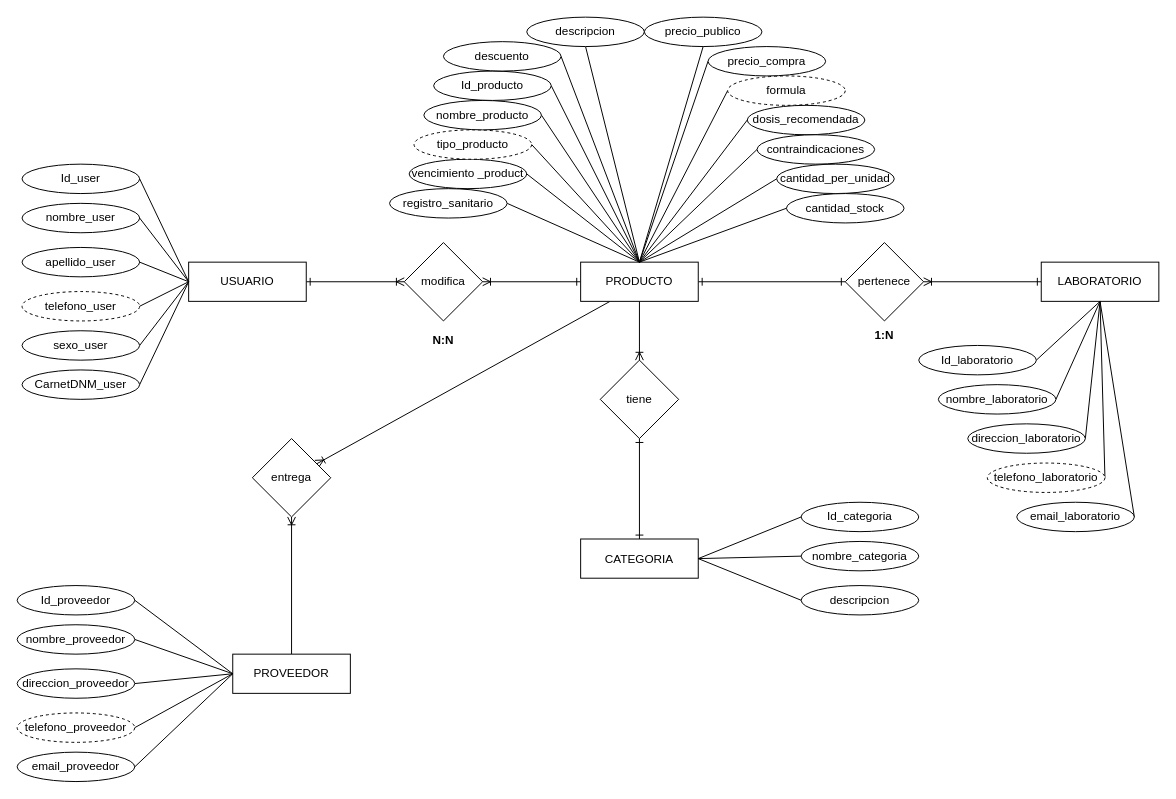
Before: Primer Esquema..drawio in Javolee/Inventario, a draw.io diagram. Source tidied: cells renumbered, new cells numbered last; positions are measured from the earlier drawing's top-left corner, leaving out a move shared by most shapes. Both pictures are drawn from the tidied source at 98%, with x=0, y=0 at pixel (17, 17).
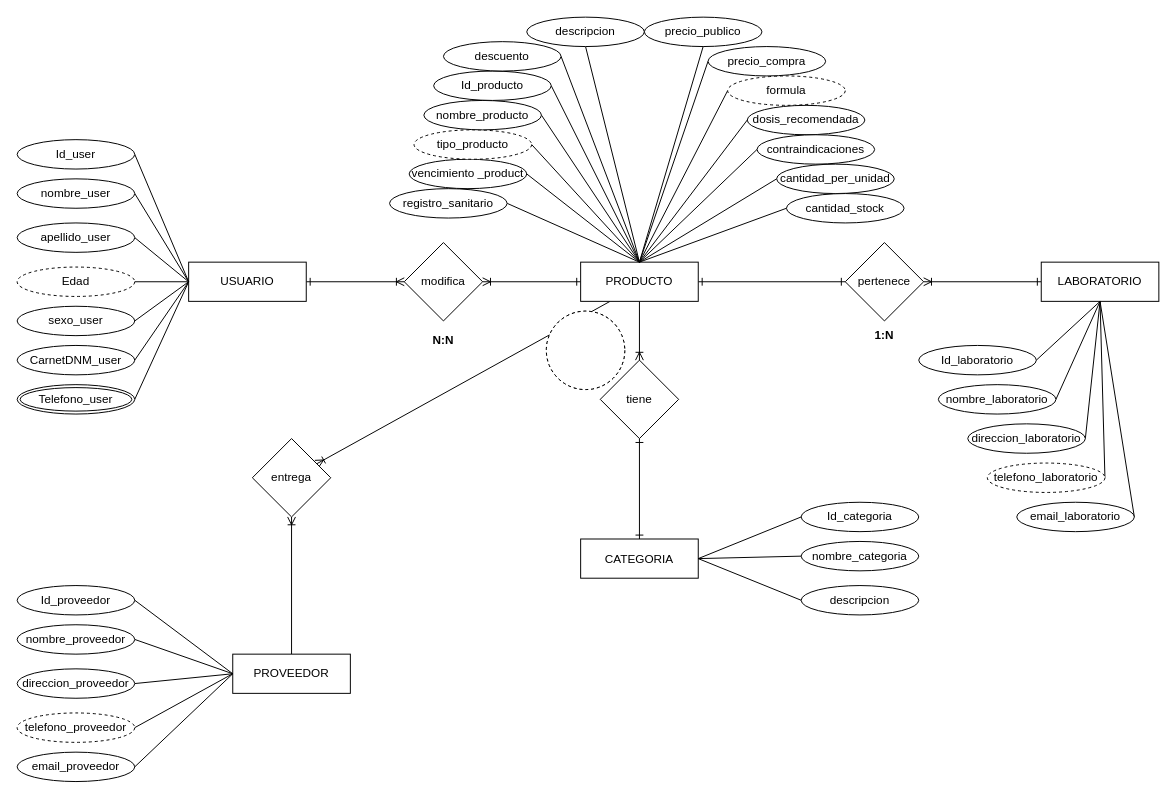
The same diagram, later.

Unchanged cells that the change refers to:
```xml
<mxCell id="3" value="USUARIO" style="rounded=0;whiteSpace=wrap;html=1;" parent="1" vertex="1">
  <mxGeometry x="175" y="250" width="120" height="40" as="geometry" />
</mxCell>
```

What changed in the source:
```diff
@@
+    <mxCell id="87" style="rounded=0;jettySize=auto;html=1;exitX=0;exitY=0.5;exitDx=0;exitDy=0;endArrow=none;endFill=0;entryX=1;entryY=0.5;entryDx=0;entryDy=0;" parent="1" edge="1" source="3" target="90">
+      <mxGeometry relative="1" as="geometry" />
+    </mxCell>
@@
     <mxCell id="17" value="CarnetDNM_user" style="ellipse;whiteSpace=wrap;html=1;" parent="1" vertex="1">
-      <mxGeometry x="5" y="360" width="120" height="30" as="geometry" />
+      <mxGeometry y="335" width="120" height="30" as="geometry" />
     </mxCell>
@@
     <mxCell id="19" value="sexo_user" style="ellipse;whiteSpace=wrap;html=1;" parent="1" vertex="1">
-      <mxGeometry x="5" y="320" width="120" height="30" as="geometry" />
+      <mxGeometry y="295" width="120" height="30" as="geometry" />
     </mxCell>
@@
-    <mxCell id="21" value="telefono_user" style="ellipse;whiteSpace=wrap;html=1;dashed=1;" parent="1" vertex="1">
-      <mxGeometry x="5" y="280" width="120" height="30" as="geometry" />
+    <mxCell id="21" value="Edad" style="ellipse;whiteSpace=wrap;html=1;perimeter=ellipsePerimeter;backgroundOutline=1;shadow=0;sketch=0;fillStyle=zigzag;dashed=1;" parent="1" vertex="1">
+      <mxGeometry y="255" width="120" height="30" as="geometry" />
     </mxCell>
@@
     <mxCell id="23" value="apellido_user" style="ellipse;whiteSpace=wrap;html=1;" parent="1" vertex="1">
-      <mxGeometry x="5" y="235" width="120" height="30" as="geometry" />
+      <mxGeometry y="210" width="120" height="30" as="geometry" />
     </mxCell>
@@
     <mxCell id="25" value="nombre_user" style="ellipse;whiteSpace=wrap;html=1;" parent="1" vertex="1">
-      <mxGeometry x="5" y="190" width="120" height="30" as="geometry" />
+      <mxGeometry y="165" width="120" height="30" as="geometry" />
     </mxCell>
@@
     <mxCell id="27" value="Id_user" style="ellipse;whiteSpace=wrap;html=1;" parent="1" vertex="1">
-      <mxGeometry x="5" y="150" width="120" height="30" as="geometry" />
+      <mxGeometry y="125" width="120" height="30" as="geometry" />
     </mxCell>
@@
+    <mxCell id="88" style="ellipse;whiteSpace=wrap;html=1;shadow=0;dashed=1;sketch=0;fillColor=#ffffff;gradientColor=none;" parent="1" vertex="1">
+      <mxGeometry x="540" y="300" width="80" height="80" as="geometry" />
+    </mxCell>
+    <mxCell id="89" style="ellipse;whiteSpace=wrap;html=1;shadow=0;dashed=1;sketch=0;fillColor=#ffffff;gradientColor=none;" parent="1" vertex="1">
+      <mxGeometry x="540" y="300" width="80" height="80" as="geometry" />
+    </mxCell>
+    <mxCell id="90" value="Telefono_user" style="ellipse;shape=doubleEllipse;margin=3;whiteSpace=wrap;html=1;align=center;shadow=0;sketch=0;fillColor=#ffffff;gradientColor=none;" parent="1" vertex="1">
+      <mxGeometry y="375" width="120" height="30" as="geometry" />
+    </mxCell>
```
